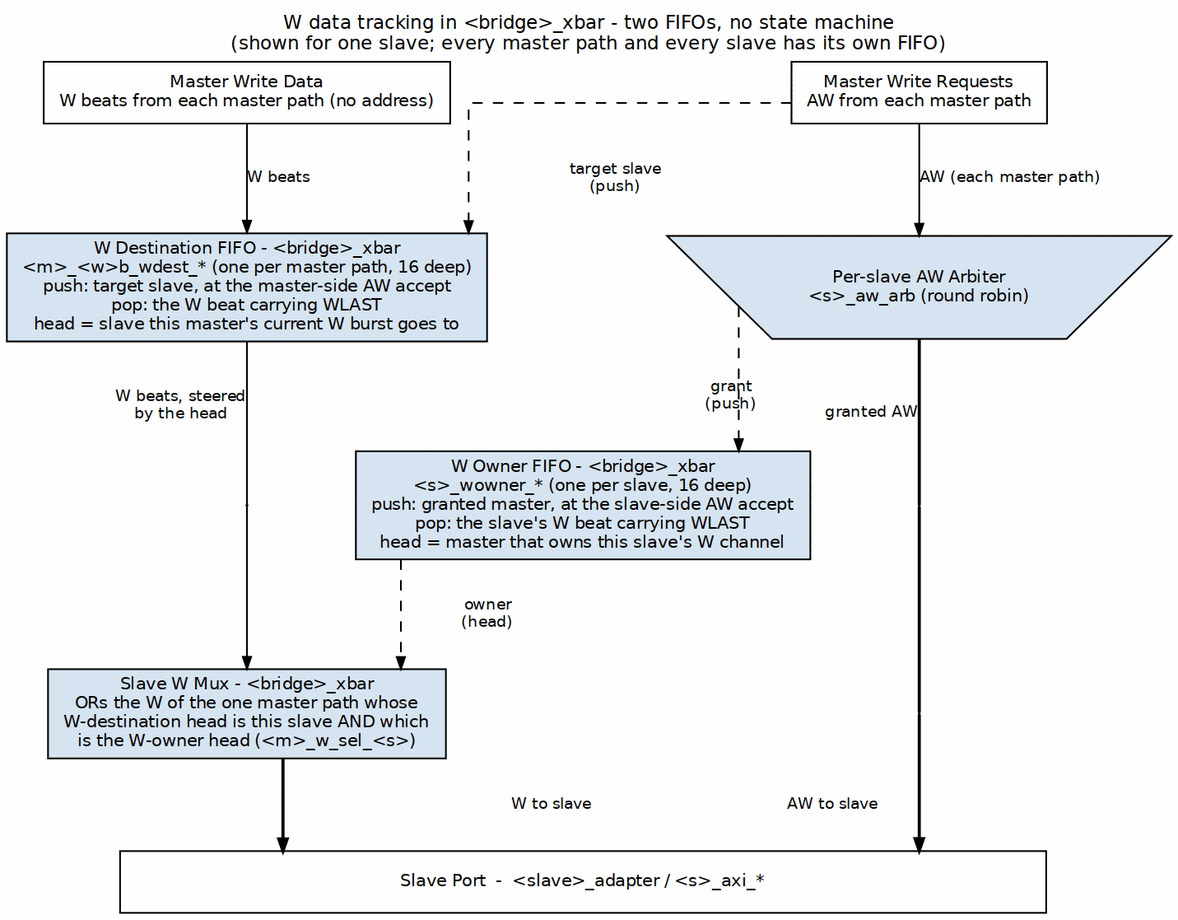
Above: projects/components/fabric-gen-ip/bridge/docs/bridge_mas/assets/graphviz/w_tracking.png in sean-galloway/RTLDesignSherpa (Graphviz), before the change. Its source is kept beside it as projects/components/fabric-gen-ip/bridge/docs/bridge_mas/assets/graphviz/w_tracking.dot.
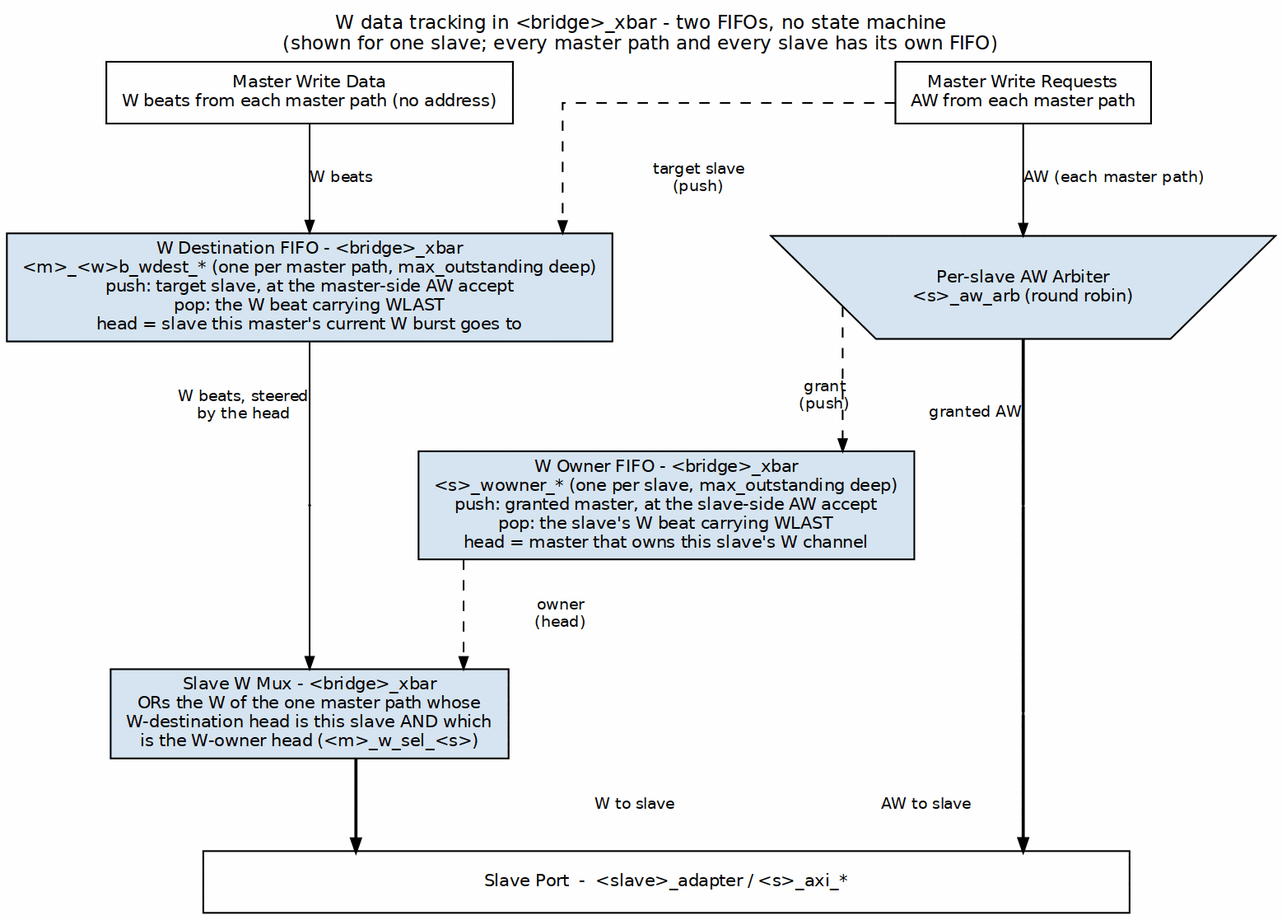
Above is the later version.

Diff of the diagram source:
```diff
@@ -11,13 +11,13 @@
     { rank=same; pw; pc; }
     pw -> pc [style=invis];
 
-    wdest [label="W Destination FIFO - <bridge>_xbar\n<m>_<w>b_wdest_* (one per master path, 16 deep)\npush: target slave, at the master-side AW accept\npop: the W beat carrying WLAST\nhead = slave this master's current W burst goes to", group=L];
+    wdest [label="W Destination FIFO - <bridge>_xbar\n<m>_<w>b_wdest_* (one per master path, max_outstanding deep)\npush: target slave, at the master-side AW accept\npop: the W beat carrying WLAST\nhead = slave this master's current W burst goes to", group=L];
     arb [shape=invtrapezium, width=3.2, label="Per-slave AW Arbiter\n<s>_aw_arb (round robin)", group=C];
     { rank=same; wdest; arb; }
     wdest -> arb [style=invis];
 
     pl2 [shape=point, width=0.01, label="", group=L];
-    wown [label="W Owner FIFO - <bridge>_xbar\n<s>_wowner_* (one per slave, 16 deep)\npush: granted master, at the slave-side AW accept\npop: the slave's W beat carrying WLAST\nhead = master that owns this slave's W channel", group=M];
+    wown [label="W Owner FIFO - <bridge>_xbar\n<s>_wowner_* (one per slave, max_outstanding deep)\npush: granted master, at the slave-side AW accept\npop: the slave's W beat carrying WLAST\nhead = master that owns this slave's W channel", group=M];
     pc2 [shape=point, width=0.01, label="", group=C];
     { rank=same; pl2; wown; pc2; }
     pl2 -> wown -> pc2 [style=invis];
```
